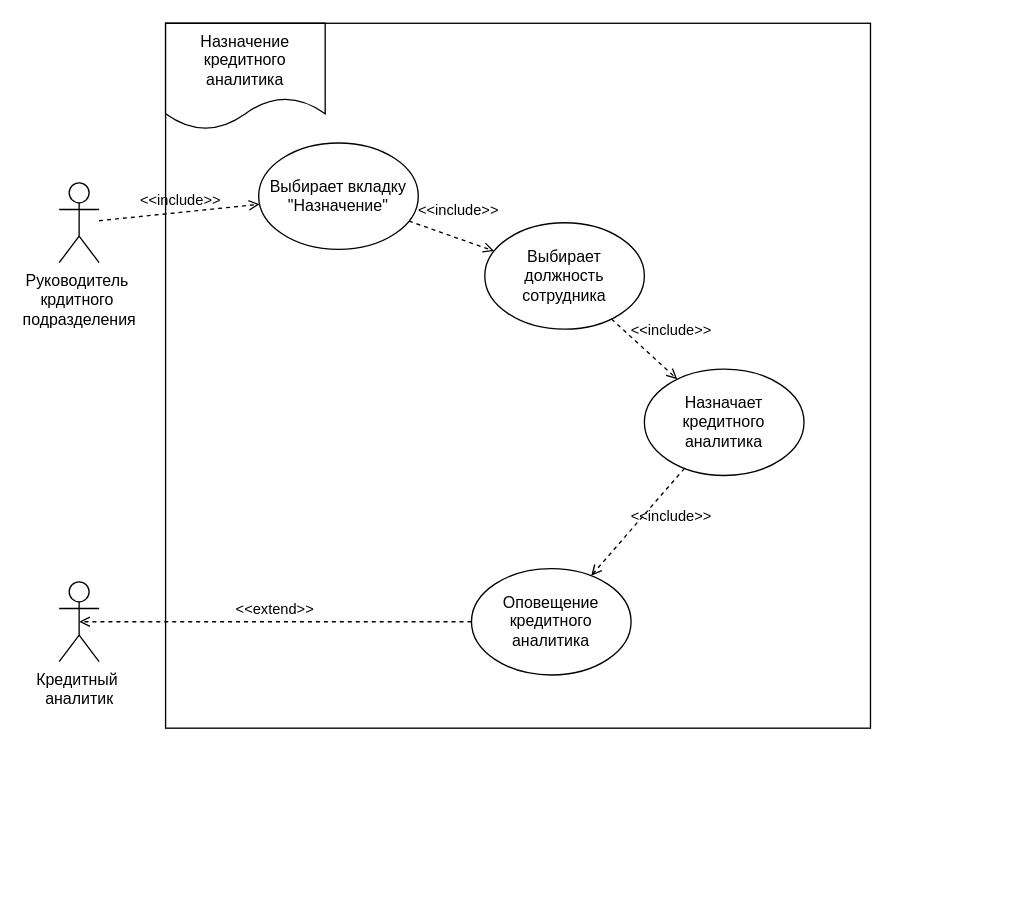
IST0VE/analyst1 keeps this draw.io diagram as ВИ.drawio. Above is the earlier version. Source tidied: cells renumbered, new cells numbered last; positions are measured from the earlier drawing's top-left corner, leaving out a move shared by most shapes. Both pictures are drawn from the tidied source at 133%, with x=0, y=0 at pixel (59, 23).
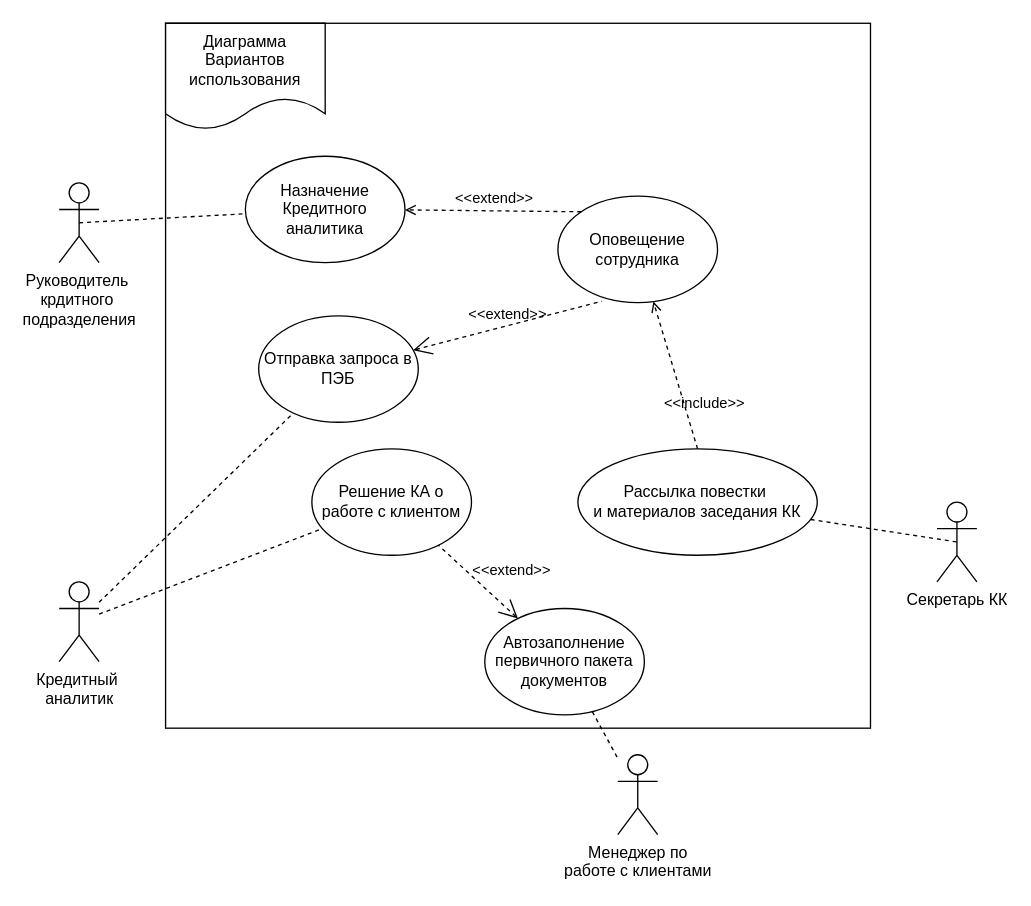
After the change.

Unchanged cells that the change refers to:
```xml
<mxCell id="3" value="Кредитный&amp;nbsp;&lt;br&gt;аналитик" style="shape=umlActor;verticalLabelPosition=bottom;verticalAlign=top;html=1;outlineConnect=0;" parent="1" vertex="1">
  <mxGeometry y="420" width="30" height="60" as="geometry" />
</mxCell>
<mxCell id="4" value="Руководитель&amp;nbsp;&lt;br&gt;крдитного&amp;nbsp;&lt;br&gt;подразделения" style="shape=umlActor;verticalLabelPosition=bottom;verticalAlign=top;html=1;outlineConnect=0;" parent="1" vertex="1">
  <mxGeometry y="120" width="30" height="60" as="geometry" />
</mxCell>
```

The edit, as a diff of the source:
```diff
@@
-    <mxCell id="5" value="Выбирает вкладку &quot;Назначение&quot;" style="ellipse;whiteSpace=wrap;html=1;" parent="1" vertex="1">
-      <mxGeometry x="150" y="90" width="120" height="80" as="geometry" />
-    </mxCell>
-    <mxCell id="6" value="Выбирает должность сотрудника" style="ellipse;whiteSpace=wrap;html=1;" parent="1" vertex="1">
-      <mxGeometry x="320" y="150" width="120" height="80" as="geometry" />
-    </mxCell>
-    <mxCell id="7" value="Назначает кредитного аналитика" style="ellipse;whiteSpace=wrap;html=1;" parent="1" vertex="1">
-      <mxGeometry x="440" y="260" width="120" height="80" as="geometry" />
-    </mxCell>
-    <mxCell id="8" value="Оповещение кредитного аналитика" style="ellipse;whiteSpace=wrap;html=1;" parent="1" vertex="1">
-      <mxGeometry x="310" y="410" width="120" height="80" as="geometry" />
-    </mxCell>
-    <mxCell id="9" value="Назначение кредитного аналитика" style="shape=document;whiteSpace=wrap;html=1;boundedLbl=1;" parent="1" vertex="1">
-      <mxGeometry x="80" width="120" height="80" as="geometry" />
-    </mxCell>
@@
-    <mxCell id="11" value="&amp;lt;&amp;lt;extend&amp;gt;&amp;gt;" style="html=1;verticalAlign=bottom;labelBackgroundColor=none;endArrow=open;endFill=0;dashed=1;rounded=0;entryX=0.5;entryY=0.5;entryDx=0;entryDy=0;entryPerimeter=0;" parent="1" edge="1" source="8" target="3">
-      <mxGeometry relative="1" as="geometry" />
-    </mxCell>
-    <mxCell id="12" value="&amp;lt;&amp;lt;include&amp;gt;&amp;gt;" style="html=1;verticalAlign=bottom;labelBackgroundColor=none;endArrow=open;endFill=0;dashed=1;rounded=0;" parent="1" edge="1" source="4" target="5">
-      <mxGeometry relative="1" as="geometry" />
-    </mxCell>
-    <mxCell id="13" value="&amp;lt;&amp;lt;include&amp;gt;&amp;gt;" style="html=1;verticalAlign=bottom;labelBackgroundColor=none;endArrow=open;endFill=0;dashed=1;rounded=0;" parent="1" edge="1" source="5" target="6">
-      <mxGeometry x="0.04" y="11" relative="1" as="geometry" />
-    </mxCell>
-    <mxCell id="14" value="&amp;lt;&amp;lt;include&amp;gt;&amp;gt;" style="html=1;verticalAlign=bottom;labelBackgroundColor=none;endArrow=open;endFill=0;dashed=1;rounded=0;" parent="1" edge="1" source="6" target="7">
-      <mxGeometry x="0.34" y="17" relative="1" as="geometry" />
-    </mxCell>
-    <mxCell id="15" value="&amp;lt;&amp;lt;include&amp;gt;&amp;gt;" style="html=1;verticalAlign=bottom;labelBackgroundColor=none;endArrow=open;endFill=0;dashed=1;rounded=0;" parent="1" edge="1" source="7" target="8">
-      <mxGeometry x="-0.24" y="22" relative="1" as="geometry" />
-    </mxCell>
+    <mxCell id="16" value="Назначение Кредитного аналитика" style="ellipse;whiteSpace=wrap;html=1;" parent="1" vertex="1">
+      <mxGeometry x="140" y="100" width="120" height="80" as="geometry" />
+    </mxCell>
+    <mxCell id="17" value="Решение КА о работе с клиентом" style="ellipse;whiteSpace=wrap;html=1;" parent="1" vertex="1">
+      <mxGeometry x="190" y="320" width="120" height="80" as="geometry" />
+    </mxCell>
+    <mxCell id="18" value="Отправка запроса в ПЭБ" style="ellipse;whiteSpace=wrap;html=1;" parent="1" vertex="1">
+      <mxGeometry x="150" y="220" width="120" height="80" as="geometry" />
+    </mxCell>
+    <mxCell id="19" value="Автозаполнение первичного пакета документов" style="ellipse;whiteSpace=wrap;html=1;" parent="1" vertex="1">
+      <mxGeometry x="320" y="440" width="120" height="80" as="geometry" />
+    </mxCell>
+    <mxCell id="20" value="Менеджер по &lt;br&gt;работе с клиентами" style="shape=umlActor;verticalLabelPosition=bottom;verticalAlign=top;html=1;outlineConnect=0;" parent="1" vertex="1">
+      <mxGeometry x="420" y="550" width="30" height="60" as="geometry" />
+    </mxCell>
+    <mxCell id="21" style="endArrow=none;dashed=1;html=1;rounded=0;exitX=0.5;exitY=0.5;exitDx=0;exitDy=0;exitPerimeter=0;" parent="1" edge="1" source="4" target="16">
+      <mxGeometry relative="1" as="geometry" />
+    </mxCell>
+    <mxCell id="22" style="endArrow=none;dashed=1;html=1;rounded=0;" parent="1" edge="1" source="3" target="18">
+      <mxGeometry relative="1" as="geometry" />
+    </mxCell>
+    <mxCell id="23" style="endArrow=none;dashed=1;html=1;rounded=0;" parent="1" edge="1" source="19" target="20">
+      <mxGeometry relative="1" as="geometry" />
+    </mxCell>
+    <mxCell id="24" value="Диаграмма Вариантов использования" style="shape=document;whiteSpace=wrap;html=1;boundedLbl=1;" parent="1" vertex="1">
+      <mxGeometry x="80" width="120" height="80" as="geometry" />
+    </mxCell>
+    <mxCell id="25" style="endArrow=none;dashed=1;html=1;rounded=0;" parent="1" edge="1" source="3" target="17">
+      <mxGeometry relative="1" as="geometry" />
+    </mxCell>
+    <mxCell id="26" value="Оповещение сотрудника" style="ellipse;whiteSpace=wrap;html=1;" parent="1" vertex="1">
+      <mxGeometry x="375" y="130" width="120" height="80" as="geometry" />
+    </mxCell>
+    <mxCell id="27" value="&amp;lt;&amp;lt;extend&amp;gt;&amp;gt;" style="html=1;verticalAlign=bottom;labelBackgroundColor=none;endArrow=open;endFill=0;dashed=1;rounded=0;exitX=0;exitY=0;exitDx=0;exitDy=0;" parent="1" edge="1" source="26" target="16">
+      <mxGeometry relative="1" as="geometry" />
+    </mxCell>
+    <mxCell id="28" value="&amp;lt;&amp;lt;extend&amp;gt;&amp;gt;" style="edgeStyle=none;html=1;startArrow=open;endArrow=none;startSize=12;verticalAlign=bottom;dashed=1;labelBackgroundColor=none;rounded=0;entryX=0.275;entryY=0.988;entryDx=0;entryDy=0;entryPerimeter=0;" parent="1" edge="1" source="18" target="26">
+      <mxGeometry relative="1" as="geometry" />
+    </mxCell>
+    <mxCell id="29" value="&amp;lt;&amp;lt;extend&amp;gt;&amp;gt;" style="edgeStyle=none;html=1;startArrow=open;endArrow=none;startSize=12;verticalAlign=bottom;dashed=1;labelBackgroundColor=none;rounded=0;" parent="1" edge="1" source="19" target="17">
+      <mxGeometry x="-0.45" y="-17" relative="1" as="geometry" />
+    </mxCell>
+    <mxCell id="30" value="Рассылка повестки&amp;nbsp;&lt;br&gt;и материалов заседания КК" style="ellipse;whiteSpace=wrap;html=1;" parent="1" vertex="1">
+      <mxGeometry x="390" y="320" width="180" height="80" as="geometry" />
+    </mxCell>
+    <mxCell id="31" value="&amp;lt;&amp;lt;include&amp;gt;&amp;gt;" style="html=1;verticalAlign=bottom;labelBackgroundColor=none;endArrow=open;endFill=0;dashed=1;rounded=0;exitX=0.5;exitY=0;exitDx=0;exitDy=0;" parent="1" edge="1" source="30" target="26">
+      <mxGeometry x="-0.6" y="-12" relative="1" as="geometry" />
+    </mxCell>
+    <mxCell id="32" value="Секретарь КК" style="shape=umlActor;verticalLabelPosition=bottom;verticalAlign=top;html=1;outlineConnect=0;" parent="1" vertex="1">
+      <mxGeometry x="660" y="360" width="30" height="60" as="geometry" />
+    </mxCell>
+    <mxCell id="33" style="endArrow=none;dashed=1;html=1;rounded=0;entryX=0.5;entryY=0.5;entryDx=0;entryDy=0;entryPerimeter=0;" parent="1" edge="1" source="30" target="32">
+      <mxGeometry relative="1" as="geometry" />
+    </mxCell>
```
